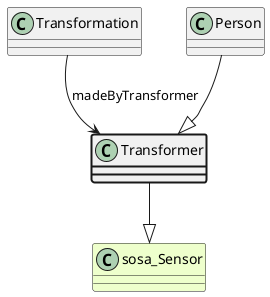
Before: ttl_uml/ttl_appn_Transformer.png, a diagram exported from PlantUML (aus-plant-phenomics-network/appn-schema).
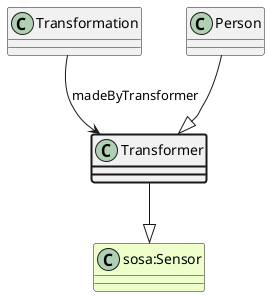
After the commit.

Diff of the diagram source:
```diff
@@ -1,7 +1,7 @@
 @startuml
 class Transformer  #line.bold
-class sosa_Sensor #EEFFCC
-Transformer --|> sosa_Sensor
+class "sosa:Sensor" #EEFFCC
+Transformer --|> "sosa:Sensor"
 class Transformation
 Transformation --> Transformer : madeByTransformer
 class Person
```
